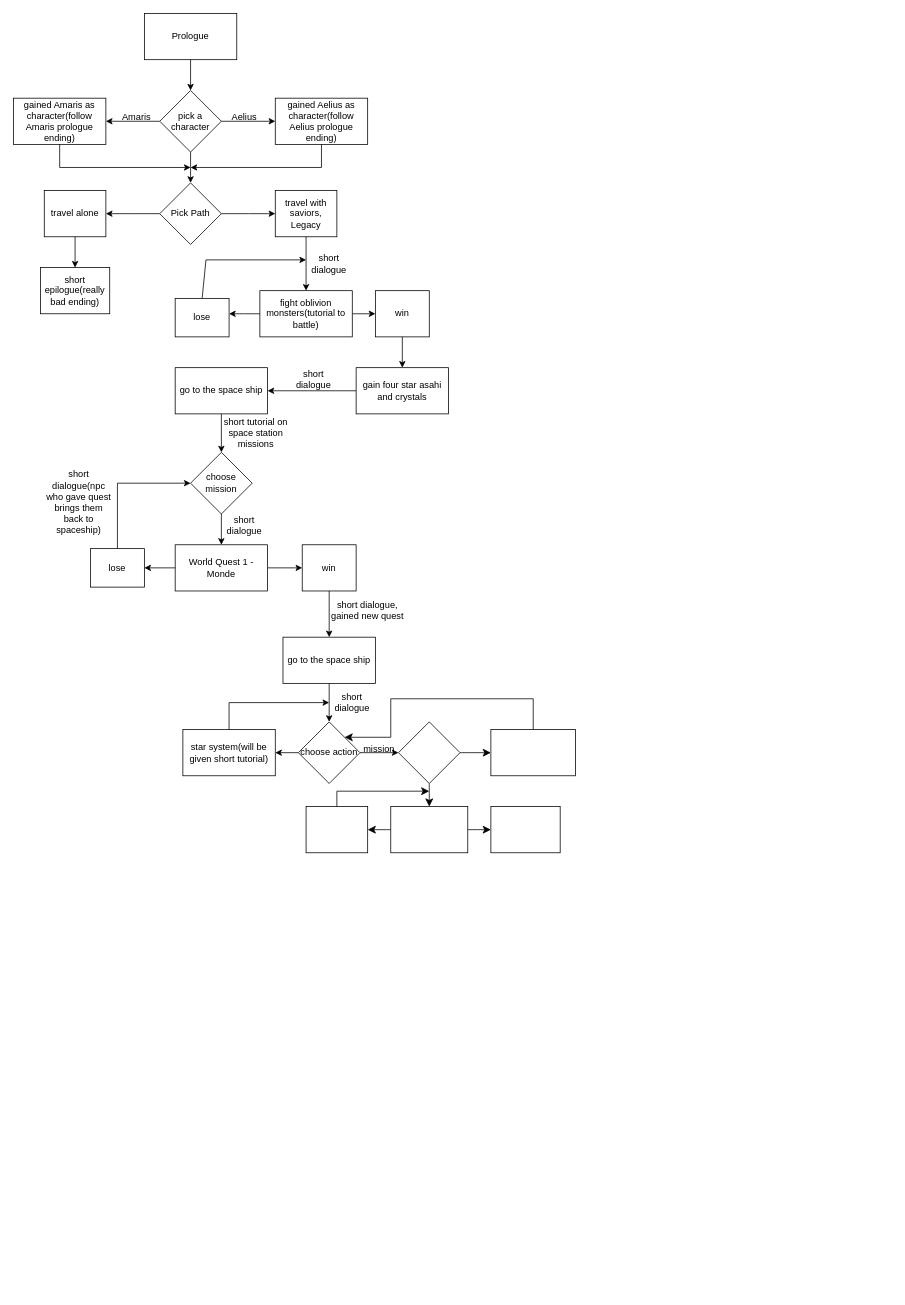
Before: FlowChart.drawio in staten-island-tech/object-oriented-adventures-luna, a draw.io diagram. Source tidied: cells renumbered, new cells numbered last; positions are measured from the earlier drawing's top-left corner, leaving out a move shared by most shapes. Both pictures are drawn from the tidied source at 77%, with x=0, y=0 at pixel (13, 13).
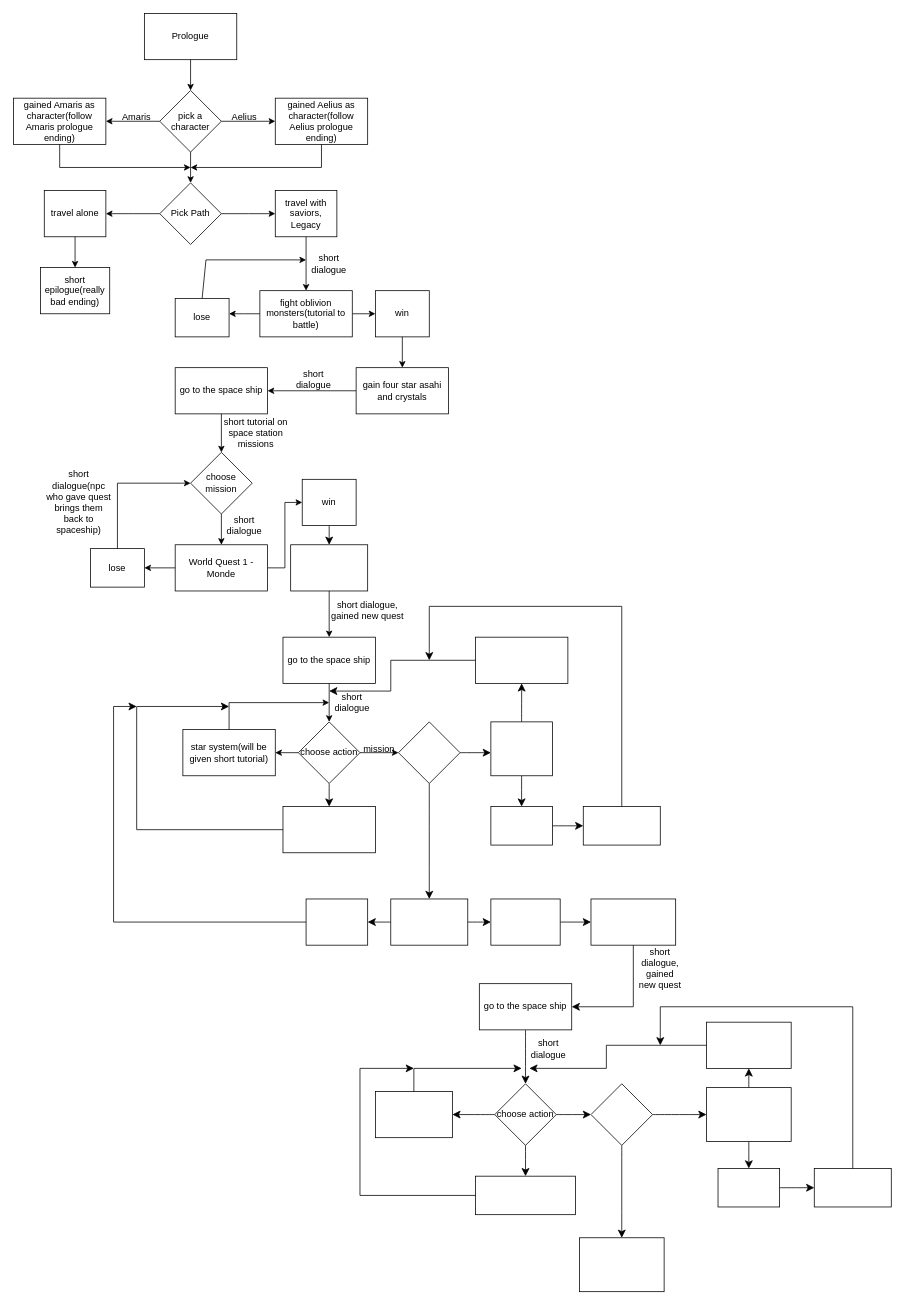
The same page after the edit.

Unchanged cells that the change refers to:
```xml
<mxCell id="46" value="go to the space ship" style="rounded=0;whiteSpace=wrap;html=1;" parent="1" vertex="1">
  <mxGeometry x="350" y="810" width="120" height="60" as="geometry" />
</mxCell>
<mxCell id="51" value="choose action" style="rhombus;whiteSpace=wrap;html=1;" parent="1" vertex="1">
  <mxGeometry x="370" y="920" width="80" height="80" as="geometry" />
</mxCell>
<mxCell id="53" value="short dialogue" style="text;html=1;align=center;verticalAlign=middle;whiteSpace=wrap;rounded=0;" parent="1" vertex="1">
  <mxGeometry x="410" y="880" width="60" height="30" as="geometry" />
</mxCell>
<mxCell id="54" value="star system(will be given short tutorial)" style="rounded=0;whiteSpace=wrap;html=1;" parent="1" vertex="1">
  <mxGeometry x="220" y="930" width="120" height="60" as="geometry" />
</mxCell>
<mxCell id="59" style="rhombus;whiteSpace=wrap;html=1;" parent="1" vertex="1">
  <mxGeometry x="500" y="920" width="80" height="80" as="geometry" />
</mxCell>
```

The edit, as a diff of the source:
```diff
@@
+    <mxCell id="68" style="edgeStyle=none;curved=1;rounded=0;jettySize=auto;html=1;fontSize=12;startSize=8;endSize=8;" parent="1" edge="1" source="44">
+      <mxGeometry relative="1" as="geometry">
+        <mxPoint x="410" y="690" as="targetPoint" />
+      </mxGeometry>
+    </mxCell>
     <mxCell id="44" value="win" style="rounded=0;whiteSpace=wrap;html=1;" parent="1" vertex="1">
-      <mxGeometry x="375" y="690" width="70" height="60" as="geometry" />
+      <mxGeometry x="375" y="605" width="70" height="60" as="geometry" />
     </mxCell>
@@
-    <mxCell id="47" style="endArrow=classic;html=1;rounded=0;exitX=0.5;exitY=1;exitDx=0;exitDy=0;entryX=0.5;entryY=0;entryDx=0;entryDy=0;" parent="1" edge="1" source="44" target="46">
-      <mxGeometry relative="1" as="geometry" />
+    <mxCell id="47" style="endArrow=classic;html=1;rounded=0;entryX=0.5;entryY=0;entryDx=0;entryDy=0;" parent="1" edge="1" target="46">
+      <mxGeometry relative="1" as="geometry">
+        <mxPoint x="410" y="750" as="sourcePoint" />
+      </mxGeometry>
     </mxCell>
@@
+    <mxCell id="69" style="edgeStyle=none;curved=1;rounded=0;jettySize=auto;html=1;fontSize=12;startSize=8;endSize=8;" parent="1" edge="1" source="51">
+      <mxGeometry relative="1" as="geometry">
+        <mxPoint x="410" y="1030" as="targetPoint" />
+      </mxGeometry>
+    </mxCell>
@@
     <mxCell id="55" style="endArrow=classic;html=1;rounded=0;exitX=0.5;exitY=0;exitDx=0;exitDy=0;entryX=0;entryY=0.5;entryDx=0;entryDy=0;" parent="1" edge="1" source="54" target="53">
       <mxGeometry relative="1" as="geometry">
         <Array as="points">
           <mxPoint x="280" y="895" />
+          <mxPoint x="350" y="895" />
         </Array>
       </mxGeometry>
     </mxCell>
-    <mxCell id="56" style="edgeStyle=none;curved=1;rounded=0;jettySize=auto;html=1;fontSize=12;startSize=8;endSize=8;exitX=0.5;exitY=1;exitDx=0;exitDy=0;" parent="1" edge="1" source="59">
-      <mxGeometry relative="1" as="geometry">
-        <mxPoint x="540" y="1030" as="targetPoint" />
-      </mxGeometry>
+    <mxCell id="56" style="edgeStyle=none;curved=1;rounded=0;jettySize=auto;html=1;fontSize=12;startSize=8;endSize=8;exitX=0.5;exitY=1;exitDx=0;exitDy=0;entryX=0.5;entryY=0;entryDx=0;entryDy=0;" parent="1" edge="1" source="59" target="62">
+      <mxGeometry relative="1" as="geometry" />
     </mxCell>
@@
     <mxCell id="60" style="edgeStyle=none;curved=1;rounded=0;jettySize=auto;html=1;fontSize=12;startSize=8;endSize=8;" parent="1" edge="1" source="62">
       <mxGeometry relative="1" as="geometry">
-        <mxPoint x="460" y="1060" as="targetPoint" />
+        <mxPoint x="460" y="1180" as="targetPoint" />
       </mxGeometry>
     </mxCell>
@@
     <mxCell id="62" style="rounded=0;whiteSpace=wrap;html=1;" parent="1" vertex="1">
-      <mxGeometry x="490" y="1030" width="100" height="60" as="geometry" />
+      <mxGeometry x="490" y="1150" width="100" height="60" as="geometry" />
     </mxCell>
-    <mxCell id="63" style="rounded=0;whiteSpace=wrap;html=1;" parent="1" vertex="1">
-      <mxGeometry x="620" y="930" width="110" height="60" as="geometry" />
-    </mxCell>
+    <mxCell id="70" style="edgeStyle=none;curved=1;rounded=0;jettySize=auto;html=1;fontSize=12;startSize=8;endSize=8;entryX=0.5;entryY=1;entryDx=0;entryDy=0;" parent="1" edge="1" target="93">
+      <mxGeometry relative="1" as="geometry">
+        <mxPoint x="659.9" y="920" as="sourcePoint" />
+      </mxGeometry>
+    </mxCell>
+    <mxCell id="71" style="edgeStyle=none;curved=1;rounded=0;orthogonalLoop=1;jettySize=auto;html=1;fontSize=12;startSize=8;endSize=8;" parent="1" edge="1">
+      <mxGeometry relative="1" as="geometry">
+        <mxPoint x="659.9" y="990" as="sourcePoint" />
+        <mxPoint x="659.9" y="1030" as="targetPoint" />
+      </mxGeometry>
+    </mxCell>
+    <mxCell id="72" style="edgeStyle=none;curved=1;rounded=0;jettySize=auto;html=1;fontSize=12;startSize=8;endSize=8;" parent="1" edge="1" source="64">
+      <mxGeometry relative="1" as="geometry">
+        <mxPoint x="750" y="1180" as="targetPoint" />
+      </mxGeometry>
+    </mxCell>
     <mxCell id="64" style="rounded=0;whiteSpace=wrap;html=1;" parent="1" vertex="1">
-      <mxGeometry x="620" y="1030" width="90" height="60" as="geometry" />
+      <mxGeometry x="620" y="1150" width="90" height="60" as="geometry" />
     </mxCell>
     <mxCell id="65" style="rounded=0;whiteSpace=wrap;html=1;" parent="1" vertex="1">
-      <mxGeometry x="380" y="1030" width="80" height="60" as="geometry" />
+      <mxGeometry x="380" y="1150" width="80" height="60" as="geometry" />
     </mxCell>
-    <mxCell id="66" style="edgeStyle=segmentEdgeStyle;endArrow=classic;html=1;curved=0;rounded=0;endSize=8;startSize=8;sourcePerimeterSpacing=0;targetPerimeterSpacing=0;fontSize=12;" parent="1" edge="1">
+    <mxCell id="66" style="edgeStyle=segmentEdgeStyle;endArrow=classic;html=1;curved=0;rounded=0;endSize=8;startSize=8;sourcePerimeterSpacing=0;targetPerimeterSpacing=0;fontSize=12;exitX=0;exitY=0.5;exitDx=0;exitDy=0;" parent="1" edge="1" source="65">
       <mxGeometry relative="1" as="geometry">
-        <mxPoint x="420" y="1030" as="sourcePoint" />
-        <mxPoint x="540" y="1010" as="targetPoint" />
+        <mxPoint x="160" y="900" as="targetPoint" />
         <Array as="points">
-          <mxPoint x="420" y="1010" />
+          <mxPoint x="130" y="1180" />
+          <mxPoint x="130" y="900" />
         </Array>
       </mxGeometry>
     </mxCell>
-    <mxCell id="67" style="edgeStyle=segmentEdgeStyle;endArrow=classic;html=1;curved=0;rounded=0;endSize=8;startSize=8;sourcePerimeterSpacing=0;targetPerimeterSpacing=0;fontSize=12;exitX=0.5;exitY=0;exitDx=0;exitDy=0;" parent="1" edge="1" source="63" target="51">
-      <mxGeometry relative="1" as="geometry">
-        <Array as="points">
-          <mxPoint x="675" y="890" />
-          <mxPoint x="490" y="890" />
-          <mxPoint x="490" y="940" />
-        </Array>
-      </mxGeometry>
-    </mxCell>
+    <mxCell id="73" style="edgeStyle=none;curved=1;rounded=0;jettySize=auto;html=1;fontSize=12;startSize=8;endSize=8;" parent="1" edge="1" source="74">
+      <mxGeometry relative="1" as="geometry">
+        <mxPoint x="665" y="1390" as="targetPoint" />
+      </mxGeometry>
+    </mxCell>
+    <mxCell id="74" value="go to the space ship" style="rounded=0;whiteSpace=wrap;html=1;" parent="1" vertex="1">
+      <mxGeometry x="605" y="1260" width="120" height="60" as="geometry" />
+    </mxCell>
+    <mxCell id="75" value="short dialogue" style="text;html=1;align=center;verticalAlign=middle;whiteSpace=wrap;rounded=0;" parent="1" vertex="1">
+      <mxGeometry x="665" y="1330" width="60" height="30" as="geometry" />
+    </mxCell>
+    <mxCell id="76" style="edgeStyle=none;curved=1;rounded=0;jettySize=auto;html=1;fontSize=12;startSize=8;endSize=8;" parent="1" edge="1" source="79">
+      <mxGeometry relative="1" as="geometry">
+        <mxPoint x="570" y="1430" as="targetPoint" />
+      </mxGeometry>
+    </mxCell>
+    <mxCell id="77" style="edgeStyle=none;curved=1;rounded=0;jettySize=auto;html=1;fontSize=12;startSize=8;endSize=8;entryX=0;entryY=0.5;entryDx=0;entryDy=0;" parent="1" edge="1" source="79" target="87">
+      <mxGeometry relative="1" as="geometry" />
+    </mxCell>
+    <mxCell id="78" style="edgeStyle=none;curved=1;rounded=0;jettySize=auto;html=1;fontSize=12;startSize=8;endSize=8;" parent="1" edge="1" source="79" target="107">
+      <mxGeometry relative="1" as="geometry" />
+    </mxCell>
+    <mxCell id="79" value="choose action" style="rhombus;whiteSpace=wrap;html=1;" parent="1" vertex="1">
+      <mxGeometry x="625" y="1390" width="80" height="80" as="geometry" />
+    </mxCell>
+    <mxCell id="80" style="rounded=0;whiteSpace=wrap;html=1;" parent="1" vertex="1">
+      <mxGeometry x="350" y="1030" width="120" height="60" as="geometry" />
+    </mxCell>
+    <mxCell id="81" style="edgeStyle=segmentEdgeStyle;endArrow=classic;html=1;curved=0;rounded=0;endSize=8;startSize=8;sourcePerimeterSpacing=0;targetPerimeterSpacing=0;fontSize=12;exitX=0;exitY=0.5;exitDx=0;exitDy=0;" parent="1" edge="1" source="80">
+      <mxGeometry relative="1" as="geometry">
+        <mxPoint x="280" y="900" as="targetPoint" />
+        <Array as="points">
+          <mxPoint x="160" y="1060" />
+          <mxPoint x="160" y="900" />
+          <mxPoint x="280" y="900" />
+        </Array>
+      </mxGeometry>
+    </mxCell>
+    <mxCell id="82" value="short dialogue, gained new quest" style="text;html=1;align=center;verticalAlign=middle;whiteSpace=wrap;rounded=0;" parent="1" vertex="1">
+      <mxGeometry x="810" y="1220" width="60" height="40" as="geometry" />
+    </mxCell>
+    <mxCell id="83" style="rounded=0;whiteSpace=wrap;html=1;" parent="1" vertex="1">
+      <mxGeometry x="470" y="1400" width="100" height="60" as="geometry" />
+    </mxCell>
+    <mxCell id="84" style="edgeStyle=segmentEdgeStyle;endArrow=classic;html=1;curved=0;rounded=0;endSize=8;startSize=8;sourcePerimeterSpacing=0;targetPerimeterSpacing=0;fontSize=12;exitX=0.5;exitY=0;exitDx=0;exitDy=0;" parent="1" edge="1" source="83">
+      <mxGeometry relative="1" as="geometry">
+        <mxPoint x="660" y="1370" as="targetPoint" />
+        <Array as="points">
+          <mxPoint x="520" y="1370" />
+        </Array>
+      </mxGeometry>
+    </mxCell>
+    <mxCell id="85" style="edgeStyle=none;curved=1;rounded=0;jettySize=auto;html=1;fontSize=12;startSize=8;endSize=8;entryX=0.5;entryY=0;entryDx=0;entryDy=0;" parent="1" edge="1" source="87" target="97">
+      <mxGeometry relative="1" as="geometry" />
+    </mxCell>
+    <mxCell id="86" style="edgeStyle=none;curved=1;rounded=0;jettySize=auto;html=1;fontSize=12;startSize=8;endSize=8;" parent="1" edge="1" source="87">
+      <mxGeometry relative="1" as="geometry">
+        <mxPoint x="900" y="1430" as="targetPoint" />
+      </mxGeometry>
+    </mxCell>
+    <mxCell id="87" style="rhombus;whiteSpace=wrap;html=1;" parent="1" vertex="1">
+      <mxGeometry x="750" y="1390" width="80" height="80" as="geometry" />
+    </mxCell>
+    <mxCell id="88" style="rounded=0;whiteSpace=wrap;html=1;" parent="1" vertex="1">
+      <mxGeometry x="750" y="1150" width="110" height="60" as="geometry" />
+    </mxCell>
+    <mxCell id="89" style="edgeStyle=segmentEdgeStyle;endArrow=classic;html=1;curved=0;rounded=0;endSize=8;startSize=8;sourcePerimeterSpacing=0;targetPerimeterSpacing=0;fontSize=12;exitX=0.5;exitY=1;exitDx=0;exitDy=0;entryX=1;entryY=0.5;entryDx=0;entryDy=0;" parent="1" edge="1" source="88" target="74">
+      <mxGeometry relative="1" as="geometry">
+        <Array as="points">
+          <mxPoint x="805" y="1290" />
+        </Array>
+      </mxGeometry>
+    </mxCell>
+    <mxCell id="90" style="edgeStyle=none;curved=1;rounded=0;jettySize=auto;html=1;fontSize=12;startSize=8;endSize=8;" parent="1" edge="1" source="91" target="92">
+      <mxGeometry relative="1" as="geometry" />
+    </mxCell>
+    <mxCell id="91" style="rounded=0;whiteSpace=wrap;html=1;" parent="1" vertex="1">
+      <mxGeometry x="620" y="1030" width="80" height="50" as="geometry" />
+    </mxCell>
+    <mxCell id="92" style="rounded=0;whiteSpace=wrap;html=1;" parent="1" vertex="1">
+      <mxGeometry x="740" y="1030" width="100" height="50" as="geometry" />
+    </mxCell>
+    <mxCell id="93" style="rounded=0;whiteSpace=wrap;html=1;" parent="1" vertex="1">
+      <mxGeometry x="600" y="810" width="120" height="60" as="geometry" />
+    </mxCell>
+    <mxCell id="94" style="edgeStyle=segmentEdgeStyle;endArrow=classic;html=1;curved=0;rounded=0;endSize=8;startSize=8;sourcePerimeterSpacing=0;targetPerimeterSpacing=0;fontSize=12;exitX=0.5;exitY=0;exitDx=0;exitDy=0;" parent="1" edge="1">
+      <mxGeometry relative="1" as="geometry">
+        <mxPoint x="790" y="1030" as="sourcePoint" />
+        <mxPoint x="540" y="840" as="targetPoint" />
+        <Array as="points">
+          <mxPoint x="790" y="770" />
+          <mxPoint x="540" y="770" />
+        </Array>
+      </mxGeometry>
+    </mxCell>
+    <mxCell id="95" style="edgeStyle=segmentEdgeStyle;endArrow=classic;html=1;curved=0;rounded=0;endSize=8;startSize=8;sourcePerimeterSpacing=0;targetPerimeterSpacing=0;fontSize=12;exitX=0;exitY=0.5;exitDx=0;exitDy=0;entryX=0;entryY=0;entryDx=0;entryDy=0;" parent="1" edge="1" source="93" target="53">
+      <mxGeometry relative="1" as="geometry">
+        <Array as="points">
+          <mxPoint x="490" y="840" />
+          <mxPoint x="490" y="880" />
+        </Array>
+      </mxGeometry>
+    </mxCell>
+    <mxCell id="96" style="rounded=0;whiteSpace=wrap;html=1;" parent="1" vertex="1">
+      <mxGeometry x="620" y="920" width="80" height="70" as="geometry" />
+    </mxCell>
+    <mxCell id="97" style="rounded=0;whiteSpace=wrap;html=1;" parent="1" vertex="1">
+      <mxGeometry x="735" y="1590" width="110" height="70" as="geometry" />
+    </mxCell>
+    <mxCell id="98" style="edgeStyle=none;curved=1;rounded=0;jettySize=auto;html=1;entryX=0.5;entryY=0;entryDx=0;entryDy=0;fontSize=12;startSize=8;endSize=8;" parent="1" edge="1" source="100" target="102">
+      <mxGeometry relative="1" as="geometry" />
+    </mxCell>
+    <mxCell id="99" style="edgeStyle=none;curved=1;rounded=0;jettySize=auto;html=1;fontSize=12;startSize=8;endSize=8;entryX=0.5;entryY=1;entryDx=0;entryDy=0;" parent="1" edge="1" source="100" target="104">
+      <mxGeometry relative="1" as="geometry" />
+    </mxCell>
+    <mxCell id="100" style="rounded=0;whiteSpace=wrap;html=1;" parent="1" vertex="1">
+      <mxGeometry x="900" y="1395" width="110" height="70" as="geometry" />
+    </mxCell>
+    <mxCell id="101" style="edgeStyle=none;curved=1;rounded=0;jettySize=auto;html=1;fontSize=12;startSize=8;endSize=8;" parent="1" edge="1" source="102" target="103">
+      <mxGeometry relative="1" as="geometry" />
+    </mxCell>
+    <mxCell id="102" style="rounded=0;whiteSpace=wrap;html=1;" parent="1" vertex="1">
+      <mxGeometry x="915" y="1500" width="80" height="50" as="geometry" />
+    </mxCell>
+    <mxCell id="103" style="rounded=0;whiteSpace=wrap;html=1;" parent="1" vertex="1">
+      <mxGeometry x="1040" y="1500" width="100" height="50" as="geometry" />
+    </mxCell>
+    <mxCell id="104" style="rounded=0;whiteSpace=wrap;html=1;" parent="1" vertex="1">
+      <mxGeometry x="900" y="1310" width="110" height="60" as="geometry" />
+    </mxCell>
+    <mxCell id="105" style="edgeStyle=segmentEdgeStyle;endArrow=classic;html=1;curved=0;rounded=0;endSize=8;startSize=8;sourcePerimeterSpacing=0;targetPerimeterSpacing=0;fontSize=12;" parent="1" edge="1">
+      <mxGeometry relative="1" as="geometry">
+        <mxPoint x="900" y="1340" as="sourcePoint" />
+        <mxPoint x="670" y="1370" as="targetPoint" />
+        <Array as="points">
+          <mxPoint x="770" y="1340" />
+        </Array>
+      </mxGeometry>
+    </mxCell>
+    <mxCell id="106" style="edgeStyle=segmentEdgeStyle;endArrow=classic;html=1;curved=0;rounded=0;endSize=8;startSize=8;sourcePerimeterSpacing=0;targetPerimeterSpacing=0;fontSize=12;exitX=0.5;exitY=0;exitDx=0;exitDy=0;" parent="1" edge="1" source="103">
+      <mxGeometry relative="1" as="geometry">
+        <mxPoint x="840" y="1340" as="targetPoint" />
+        <Array as="points">
+          <mxPoint x="1090" y="1290" />
+          <mxPoint x="840" y="1290" />
+        </Array>
+      </mxGeometry>
+    </mxCell>
+    <mxCell id="107" style="rounded=0;whiteSpace=wrap;html=1;" parent="1" vertex="1">
+      <mxGeometry x="600" y="1510" width="130" height="50" as="geometry" />
+    </mxCell>
+    <mxCell id="108" style="edgeStyle=segmentEdgeStyle;endArrow=classic;html=1;curved=0;rounded=0;endSize=8;startSize=8;sourcePerimeterSpacing=0;targetPerimeterSpacing=0;fontSize=12;exitX=0;exitY=0.5;exitDx=0;exitDy=0;" parent="1" edge="1" source="107">
+      <mxGeometry relative="1" as="geometry">
+        <mxPoint x="520" y="1370" as="targetPoint" />
+        <Array as="points">
+          <mxPoint x="450" y="1535" />
+          <mxPoint x="450" y="1370" />
+        </Array>
+      </mxGeometry>
+    </mxCell>
+    <mxCell id="109" style="rounded=0;whiteSpace=wrap;html=1;" parent="1" vertex="1">
+      <mxGeometry x="360" y="690" width="100" height="60" as="geometry" />
+    </mxCell>
```
